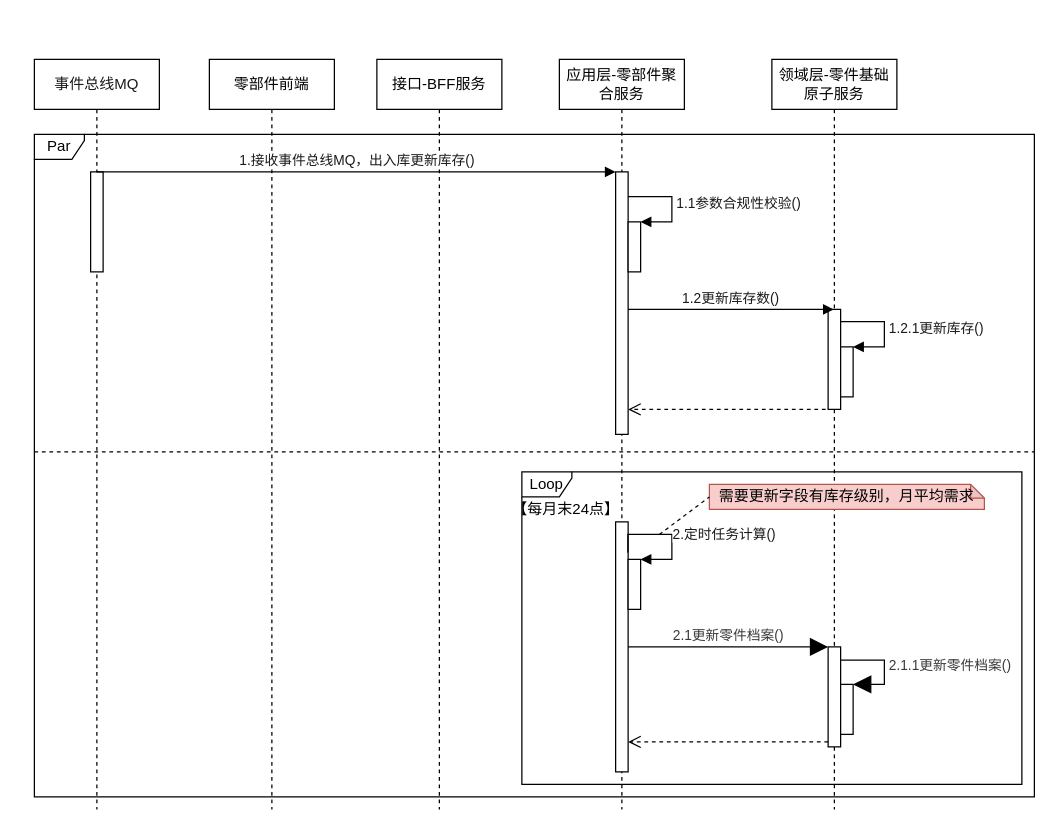
Before: page "更新库存-行为" (3 of 5) of 库存管理-零件档案管理.drawio in 1132489442/gitRepository1, a draw.io diagram. Source tidied: cells renumbered, new cells numbered last; positions are measured from the earlier drawing's top-left corner, leaving out a move shared by most shapes. Both pictures are drawn from the tidied source at 125%, with x=0, y=0 at pixel (34, 59).
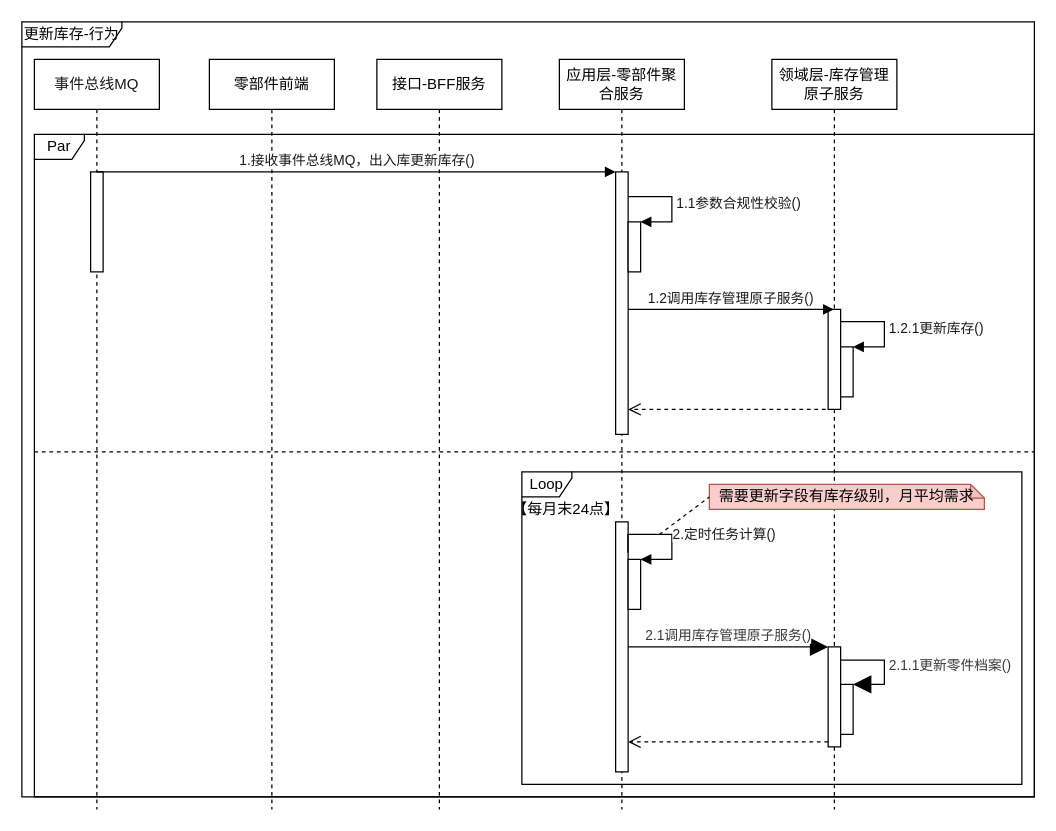
Above is the later version.

Unchanged cells that the change refers to:
```xml
<mxCell id="6" style="html=1;points=[];perimeter=orthogonalPerimeter;fontColor=#393939;fillColor=#FFFFFF;" parent="4" vertex="1">
  <mxGeometry x="45" y="470" width="10" height="80" as="geometry" />
</mxCell>
```

What changed in the source:
```diff
@@
-    <mxCell id="4" value="领域层-零件基础原子服务" style="shape=umlLifeline;perimeter=lifelinePerimeter;whiteSpace=wrap;html=1;fillColor=#FFFFFF;" parent="1" vertex="1">
+    <mxCell id="4" value="领域层-库存管理原子服务" style="shape=umlLifeline;perimeter=lifelinePerimeter;whiteSpace=wrap;html=1;fillColor=#FFFFFF;" parent="1" vertex="1">
       <mxGeometry x="590" width="100" height="600" as="geometry" />
     </mxCell>
@@
-    <mxCell id="17" value="1.2更新库存数()" style="html=1;verticalAlign=bottom;endArrow=block;rounded=0;fontColor=#1A1A1A;" parent="1" edge="1">
+    <mxCell id="17" value="1.2调用库存管理原子服务()" style="html=1;verticalAlign=bottom;endArrow=block;rounded=0;fontColor=#1A1A1A;" parent="1" edge="1">
       <mxGeometry relative="1" as="geometry">
         <mxPoint x="475" y="200" as="sourcePoint" />
         <mxPoint x="639.5" y="200" as="targetPoint" />
       </mxGeometry>
     </mxCell>
@@
-    <mxCell id="24" value="2.1更新零件档案()" style="html=1;verticalAlign=bottom;endArrow=block;entryX=0;entryY=0;rounded=0;fontColor=#393939;startSize=14;endSize=12;" parent="1" edge="1" target="6">
+    <mxCell id="24" value="2.1调用库存管理原子服务()" style="html=1;verticalAlign=bottom;endArrow=block;entryX=0;entryY=0;rounded=0;fontColor=#393939;startSize=14;endSize=12;" parent="1" edge="1" target="6">
       <mxGeometry relative="1" as="geometry">
         <mxPoint x="475" y="470" as="sourcePoint" />
       </mxGeometry>
     </mxCell>
@@
+    <mxCell id="30" style="line;strokeWidth=1;fillColor=none;align=left;verticalAlign=middle;spacingTop=-1;spacingLeft=3;spacingRight=3;labelPosition=right;dashed=1;" parent="1" vertex="1">
+      <mxGeometry y="310" width="800" height="8" as="geometry" />
+    </mxCell>
@@
-    <mxCell id="30" style="line;strokeWidth=1;fillColor=none;align=left;verticalAlign=middle;spacingTop=-1;spacingLeft=3;spacingRight=3;labelPosition=right;dashed=1;" parent="1" vertex="1">
-      <mxGeometry y="310" width="800" height="8" as="geometry" />
-    </mxCell>
+    <mxCell id="31" value="更新库存-行为" style="shape=umlFrame;whiteSpace=wrap;html=1;width=80;height=20;" parent="1" vertex="1">
+      <mxGeometry x="-10" y="-30" width="810" height="620" as="geometry" />
+    </mxCell>
```
